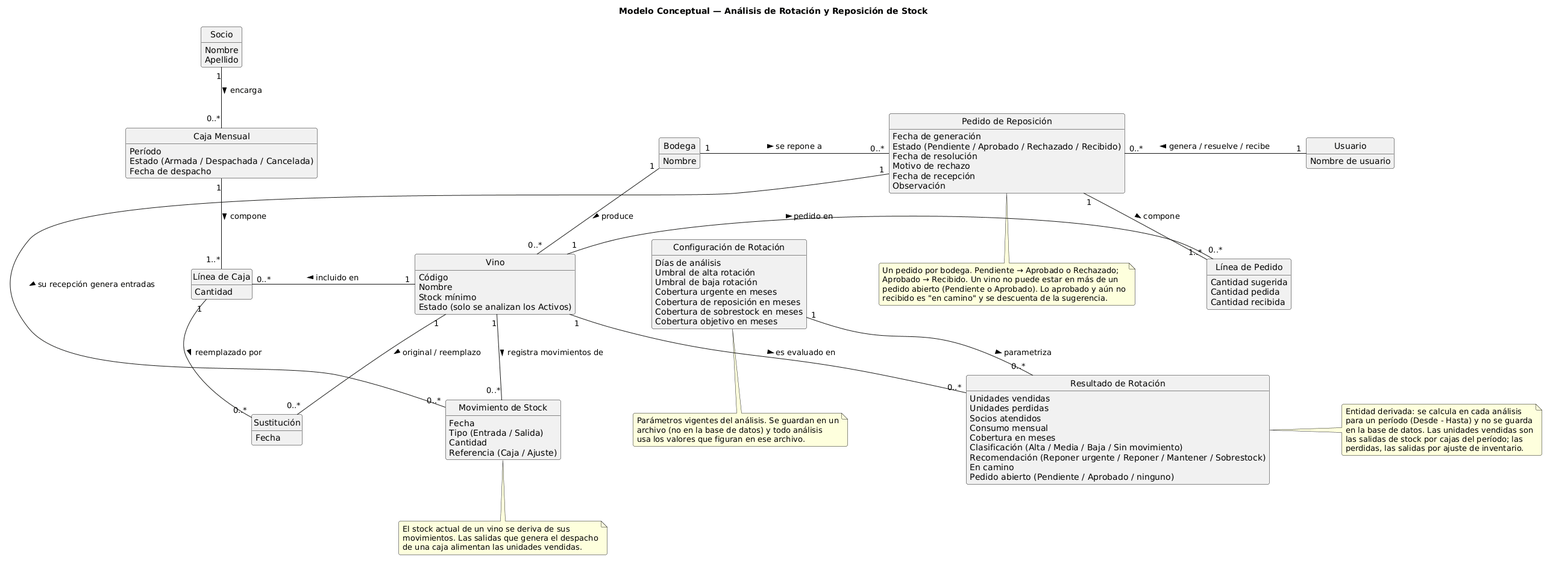
Jesifu/club-de-vinos-td keeps this PlantUML diagram as DIAGRAMAS/ModeloConceptual_Rotacion.png. Above is the earlier version. Its source is kept beside it as DIAGRAMAS/ModeloConceptual_Rotacion.puml.
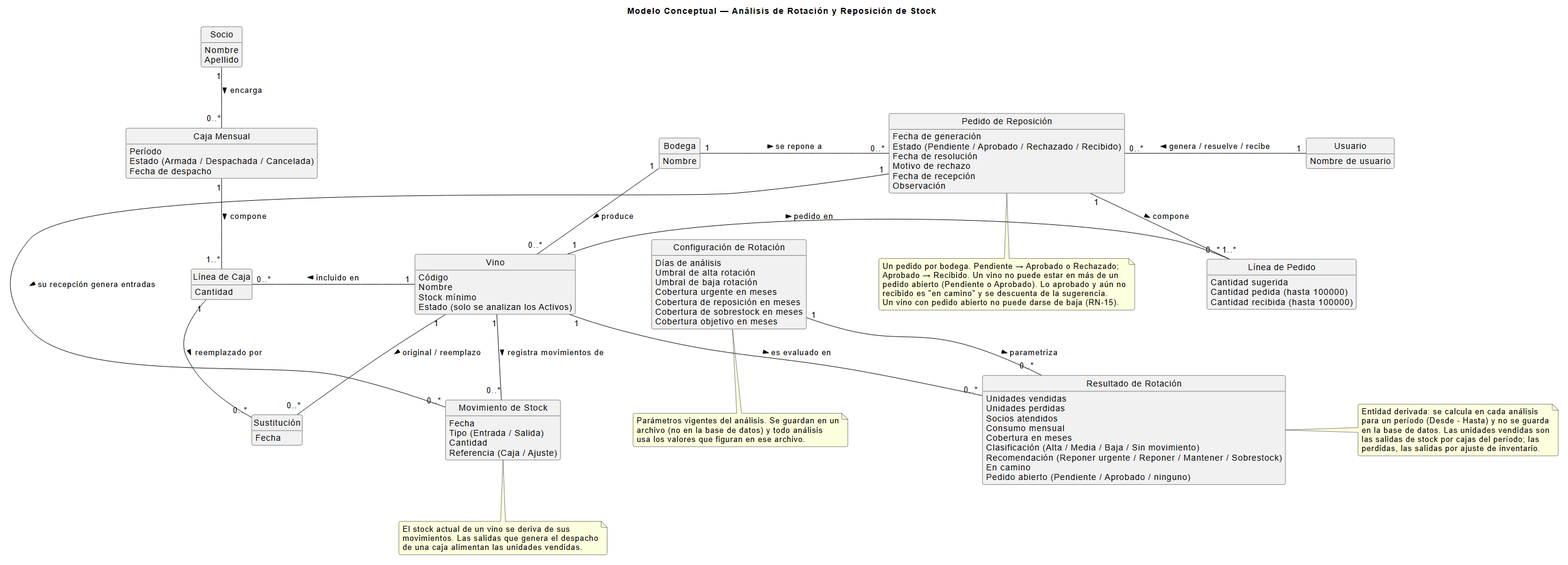
The same file after the commit.

The edit, as a diff of the source:
```diff
@@ -85,8 +85,8 @@
 
 class "Línea de Pedido" as PedidoLinea {
   Cantidad sugerida
-  Cantidad pedida
-  Cantidad recibida
+  {field} Cantidad pedida (hasta 100000)
+  {field} Cantidad recibida (hasta 100000)
 }
 
 Bodega      "1" -down- "0..*" Vino            : produce >
@@ -126,6 +126,7 @@
   Aprobado → Recibido. Un vino no puede estar en más de un
   pedido abierto (Pendiente o Aprobado). Lo aprobado y aún no
   recibido es "en camino" y se descuenta de la sugerencia.
+  Un vino con pedido abierto no puede darse de baja (RN-15).
 end note
 
 note bottom of MovimientoStock
```
